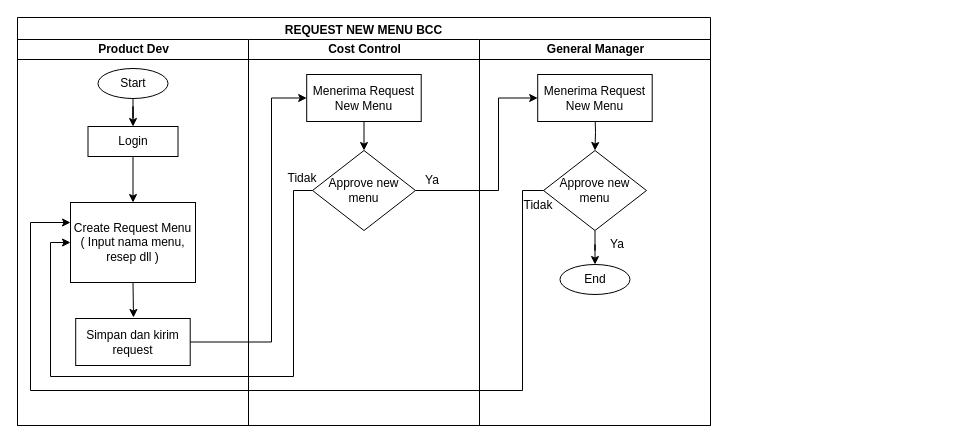
Above: page "Request New Menu" (3 of 6) of PR-PO BLACKCANYON/flowchart.drawio in andizdn13/dokumen-project (draw.io), before the change. Source tidied: cells renumbered, new cells numbered last; positions are measured from the earlier drawing's top-left corner, leaving out a move shared by most shapes. Both pictures are drawn from the tidied source at 100%, with x=0, y=0 at pixel (17, 17).
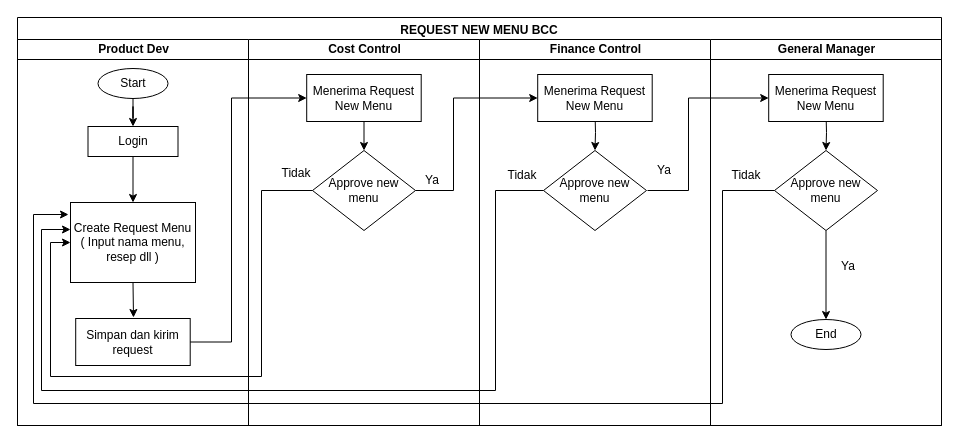
Above is the later version.

Unchanged cells that the change refers to:
```xml
<mxCell id="9" value="Create Request Menu&lt;br&gt;( Input nama menu, resep dll )" style="rounded=0;whiteSpace=wrap;html=1;strokeWidth=1;" parent="3" vertex="1">
  <mxGeometry x="53" y="163" width="125" height="80" as="geometry" />
</mxCell>
<mxCell id="10" value="Simpan dan kirim request" style="rounded=0;whiteSpace=wrap;html=1;strokeWidth=1;" parent="3" vertex="1">
  <mxGeometry x="58.2" y="279" width="114.5" height="47" as="geometry" />
</mxCell>
<mxCell id="14" value="Cost Control" style="swimlane;html=1;startSize=20;" parent="2" vertex="1">
  <mxGeometry x="231" y="22" width="231" height="386" as="geometry" />
</mxCell>
<mxCell id="16" value="Menerima Request New Menu" style="rounded=0;whiteSpace=wrap;html=1;strokeWidth=1;" parent="14" vertex="1">
  <mxGeometry x="58.2" y="35" width="114.5" height="47" as="geometry" />
</mxCell>
<mxCell id="17" value="Approve new menu" style="rhombus;whiteSpace=wrap;html=1;" parent="14" vertex="1">
  <mxGeometry x="64" y="111" width="103" height="80" as="geometry" />
</mxCell>
<mxCell id="23" value="Menerima Request New Menu" style="rounded=0;whiteSpace=wrap;html=1;strokeWidth=1;" parent="20" vertex="1">
  <mxGeometry x="58.2" y="35" width="114.5" height="47" as="geometry" />
</mxCell>
<mxCell id="24" value="Approve new menu" style="rhombus;whiteSpace=wrap;html=1;" parent="20" vertex="1">
  <mxGeometry x="64" y="111" width="103" height="80" as="geometry" />
</mxCell>
```

Diff of the diagram source:
```diff
@@
     <mxCell id="2" value="REQUEST NEW MENU BCC" style="swimlane;" parent="1" vertex="1">
-      <mxGeometry width="693" height="408" as="geometry" />
+      <mxGeometry width="924" height="408" as="geometry" />
     </mxCell>
@@
     <mxCell id="19" value="Tidak" style="text;html=1;strokeColor=none;fillColor=none;align=center;verticalAlign=middle;whiteSpace=wrap;rounded=0;" parent="14" vertex="1">
-      <mxGeometry x="34" y="129" width="40" height="20" as="geometry" />
+      <mxGeometry x="28" y="124" width="40" height="20" as="geometry" />
     </mxCell>
-    <mxCell id="20" value="General Manager" style="swimlane;html=1;startSize=20;" parent="2" vertex="1">
+    <mxCell id="20" value="Finance Control" style="swimlane;html=1;startSize=20;" parent="2" vertex="1">
       <mxGeometry x="462" y="22" width="231" height="386" as="geometry" />
     </mxCell>
@@
-    <mxCell id="25" value="End" style="strokeWidth=1;html=1;shape=mxgraph.flowchart.start_1;whiteSpace=wrap;" parent="20" vertex="1">
-      <mxGeometry x="80.5" y="225" width="70" height="30" as="geometry" />
-    </mxCell>
-    <mxCell id="26" style="edgeStyle=orthogonalEdgeStyle;rounded=0;jettySize=auto;html=1;exitX=0.5;exitY=1;exitDx=0;exitDy=0;startArrow=none;startFill=0;strokeWidth=1;" parent="20" edge="1" source="24" target="25">
-      <mxGeometry relative="1" as="geometry" />
+    <mxCell id="26" style="edgeStyle=orthogonalEdgeStyle;rounded=0;jettySize=auto;html=1;startArrow=none;startFill=0;strokeWidth=1;entryX=0;entryY=0.5;entryDx=0;entryDy=0;" parent="20" edge="1" target="38">
+      <mxGeometry relative="1" as="geometry">
+        <mxPoint x="168" y="151" as="sourcePoint" />
+        <Array as="points">
+          <mxPoint x="209" y="151" />
+          <mxPoint x="209" y="59" />
+        </Array>
+      </mxGeometry>
     </mxCell>
     <mxCell id="27" value="Ya" style="text;html=1;strokeColor=none;fillColor=none;align=center;verticalAlign=middle;whiteSpace=wrap;rounded=0;" parent="20" vertex="1">
-      <mxGeometry x="118" y="195" width="40" height="20" as="geometry" />
+      <mxGeometry x="165" y="121" width="40" height="20" as="geometry" />
     </mxCell>
     <mxCell id="28" value="Tidak" style="text;html=1;strokeColor=none;fillColor=none;align=center;verticalAlign=middle;whiteSpace=wrap;rounded=0;" parent="20" vertex="1">
-      <mxGeometry x="39" y="156" width="40" height="20" as="geometry" />
+      <mxGeometry x="23" y="126" width="40" height="20" as="geometry" />
     </mxCell>
     <mxCell id="29" style="edgeStyle=orthogonalEdgeStyle;rounded=0;jettySize=auto;html=1;exitX=1;exitY=0.5;exitDx=0;exitDy=0;entryX=0;entryY=0.5;entryDx=0;entryDy=0;" parent="2" edge="1" source="10" target="16">
       <mxGeometry relative="1" as="geometry">
         <Array as="points">
-          <mxPoint x="254" y="325" />
-          <mxPoint x="254" y="81" />
+          <mxPoint x="214" y="325" />
+          <mxPoint x="214" y="81" />
         </Array>
       </mxGeometry>
     </mxCell>
     <mxCell id="30" style="edgeStyle=orthogonalEdgeStyle;rounded=0;jettySize=auto;html=1;exitX=0;exitY=0.5;exitDx=0;exitDy=0;entryX=0;entryY=0.5;entryDx=0;entryDy=0;startArrow=none;startFill=0;strokeWidth=1;" parent="2" edge="1" source="17" target="9">
       <mxGeometry relative="1" as="geometry">
         <Array as="points">
-          <mxPoint x="276" y="173" />
-          <mxPoint x="276" y="359" />
+          <mxPoint x="244" y="173" />
+          <mxPoint x="244" y="359" />
           <mxPoint x="33" y="359" />
           <mxPoint x="33" y="225" />
         </Array>
       </mxGeometry>
     </mxCell>
     <mxCell id="31" style="edgeStyle=orthogonalEdgeStyle;rounded=0;jettySize=auto;html=1;exitX=1;exitY=0.5;exitDx=0;exitDy=0;entryX=0;entryY=0.5;entryDx=0;entryDy=0;startArrow=none;startFill=0;strokeWidth=1;" parent="2" edge="1" source="17" target="23">
       <mxGeometry relative="1" as="geometry">
         <Array as="points">
-          <mxPoint x="481" y="173" />
-          <mxPoint x="481" y="81" />
+          <mxPoint x="436" y="173" />
+          <mxPoint x="436" y="81" />
         </Array>
       </mxGeometry>
     </mxCell>
-    <mxCell id="32" style="edgeStyle=orthogonalEdgeStyle;rounded=0;jettySize=auto;html=1;exitX=0;exitY=0.5;exitDx=0;exitDy=0;entryX=0;entryY=0.25;entryDx=0;entryDy=0;startArrow=none;startFill=0;strokeWidth=1;" parent="2" edge="1" source="24" target="9">
+    <mxCell id="32" style="edgeStyle=orthogonalEdgeStyle;rounded=0;jettySize=auto;html=1;exitX=0;exitY=0.5;exitDx=0;exitDy=0;startArrow=none;startFill=0;strokeWidth=1;" parent="2" edge="1" source="24">
       <mxGeometry relative="1" as="geometry">
+        <mxPoint x="53" y="212" as="targetPoint" />
         <Array as="points">
-          <mxPoint x="505" y="173" />
-          <mxPoint x="505" y="373" />
-          <mxPoint x="13" y="373" />
-          <mxPoint x="13" y="205" />
+          <mxPoint x="478" y="173" />
+          <mxPoint x="478" y="373" />
+          <mxPoint x="24" y="373" />
+          <mxPoint x="24" y="212" />
         </Array>
       </mxGeometry>
     </mxCell>
+    <mxCell id="33" value="Ya" style="text;html=1;strokeColor=none;fillColor=none;align=center;verticalAlign=middle;whiteSpace=wrap;rounded=0;" parent="2" vertex="1">
+      <mxGeometry x="811" y="239" width="40" height="20" as="geometry" />
+    </mxCell>
+    <mxCell id="34" value="Tidak" style="text;html=1;strokeColor=none;fillColor=none;align=center;verticalAlign=middle;whiteSpace=wrap;rounded=0;" parent="2" vertex="1">
+      <mxGeometry x="709" y="148" width="40" height="20" as="geometry" />
+    </mxCell>
+    <mxCell id="35" value="General Manager" style="swimlane;html=1;startSize=20;" parent="1" vertex="1">
+      <mxGeometry x="693" y="22" width="231" height="386" as="geometry" />
+    </mxCell>
+    <mxCell id="36" style="edgeStyle=orthogonalEdgeStyle;rounded=0;orthogonalLoop=1;jettySize=auto;html=1;exitX=0.5;exitY=1;exitDx=0;exitDy=0;exitPerimeter=0;" parent="35" edge="1">
+      <mxGeometry relative="1" as="geometry">
+        <mxPoint x="114.5" y="100" as="targetPoint" />
+      </mxGeometry>
+    </mxCell>
+    <mxCell id="37" style="edgeStyle=orthogonalEdgeStyle;rounded=0;jettySize=auto;html=1;exitX=0.5;exitY=1;exitDx=0;exitDy=0;startArrow=none;startFill=0;strokeWidth=1;" parent="35" edge="1" target="39">
+      <mxGeometry relative="1" as="geometry">
+        <mxPoint x="115.5" y="72" as="sourcePoint" />
+      </mxGeometry>
+    </mxCell>
+    <mxCell id="38" value="Menerima Request New Menu" style="rounded=0;whiteSpace=wrap;html=1;strokeWidth=1;" parent="35" vertex="1">
+      <mxGeometry x="58.2" y="35" width="114.5" height="47" as="geometry" />
+    </mxCell>
+    <mxCell id="39" value="Approve new menu" style="rhombus;whiteSpace=wrap;html=1;" parent="35" vertex="1">
+      <mxGeometry x="64" y="111" width="103" height="80" as="geometry" />
+    </mxCell>
+    <mxCell id="25" value="End" style="strokeWidth=1;html=1;shape=mxgraph.flowchart.start_1;whiteSpace=wrap;" parent="35" vertex="1">
+      <mxGeometry x="80.5" y="280" width="70" height="30" as="geometry" />
+    </mxCell>
+    <mxCell id="40" style="edgeStyle=orthogonalEdgeStyle;rounded=0;jettySize=auto;html=1;exitX=0.5;exitY=1;exitDx=0;exitDy=0;startArrow=none;startFill=0;strokeWidth=1;" parent="35" edge="1" source="39" target="25">
+      <mxGeometry relative="1" as="geometry" />
+    </mxCell>
+    <mxCell id="41" style="edgeStyle=orthogonalEdgeStyle;rounded=0;jettySize=auto;html=1;entryX=-0.016;entryY=0.15;entryDx=0;entryDy=0;entryPerimeter=0;" parent="1" edge="1" source="39" target="9">
+      <mxGeometry relative="1" as="geometry">
+        <Array as="points">
+          <mxPoint x="705" y="173" />
+          <mxPoint x="705" y="386" />
+          <mxPoint x="16" y="386" />
+          <mxPoint x="16" y="197" />
+        </Array>
+      </mxGeometry>
+    </mxCell>
```
